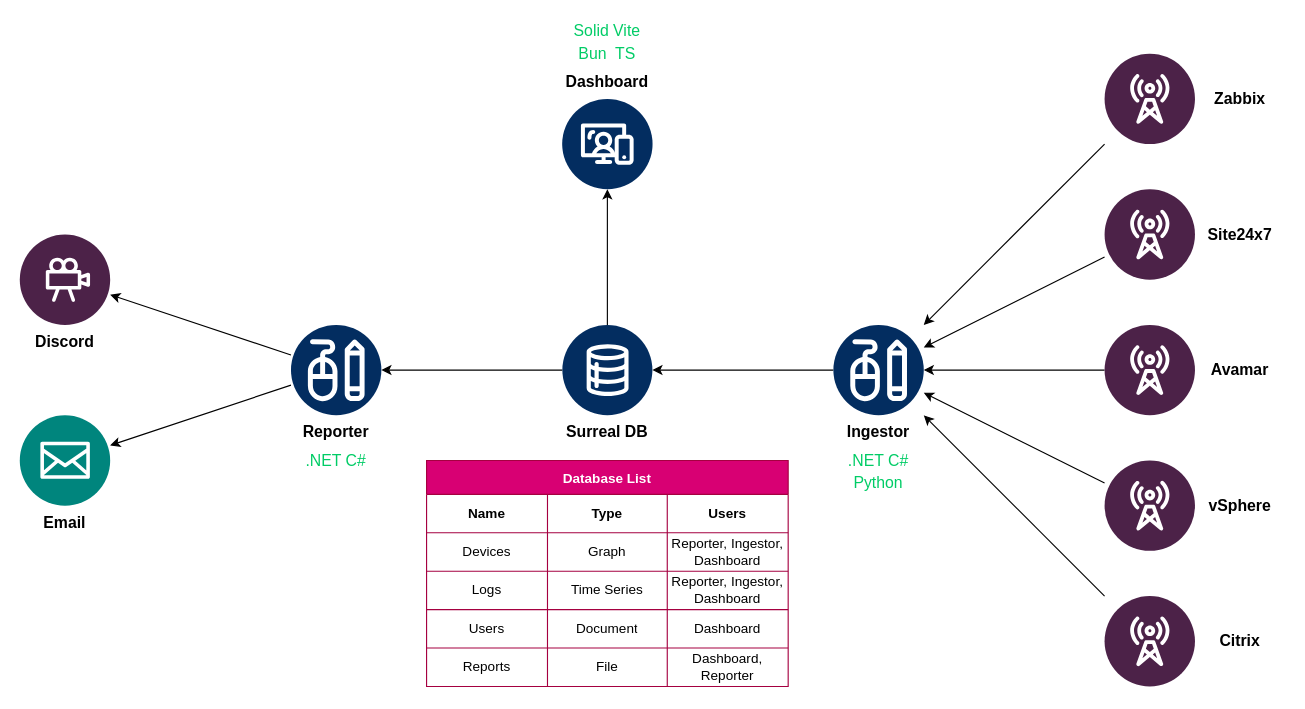
Above: app.drawio in sneera-p/network-monitor (draw.io), before the change. Source tidied: cells renumbered, new cells numbered last; positions are measured from the earlier drawing's top-left corner, leaving out a move shared by most shapes. Both pictures are drawn from the tidied source at 113%, with x=0, y=0 at pixel (19, 19).
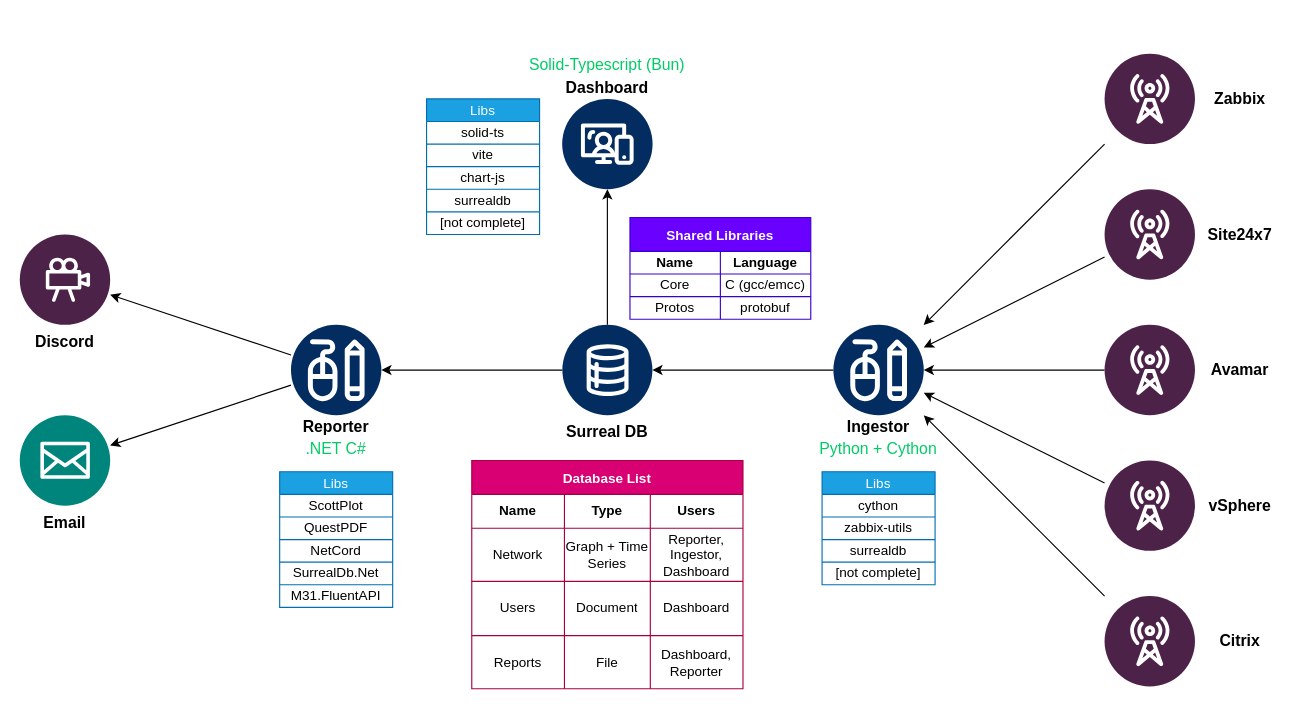
Above is the later version.

The edit, as a diff of the source:
```diff
@@
     <mxCell id="24" value="&lt;font style=&quot;font-size: 14px;&quot;&gt;&lt;b&gt;Ingestor&lt;/b&gt;&lt;/font&gt;" style="text;html=1;align=center;verticalAlign=middle;whiteSpace=wrap;rounded=0;" parent="1" vertex="1">
-      <mxGeometry x="720" y="350" width="80" height="30" as="geometry" />
+      <mxGeometry x="720" y="350" width="80" height="20" as="geometry" />
     </mxCell>
@@
     <mxCell id="27" value="&lt;font style=&quot;font-size: 14px;&quot;&gt;&lt;b&gt;Reporter&lt;/b&gt;&lt;/font&gt;" style="text;html=1;align=center;verticalAlign=middle;whiteSpace=wrap;rounded=0;" parent="1" vertex="1">
-      <mxGeometry x="240" y="350" width="80" height="30" as="geometry" />
+      <mxGeometry x="240" y="350" width="80" height="20" as="geometry" />
     </mxCell>
@@
     <mxCell id="29" value="&lt;span style=&quot;font-size: 14px;&quot;&gt;&lt;b&gt;Dashboard&lt;/b&gt;&lt;/span&gt;" style="text;html=1;align=center;verticalAlign=middle;whiteSpace=wrap;rounded=0;" parent="1" vertex="1">
-      <mxGeometry x="480" y="40" width="80" height="30" as="geometry" />
+      <mxGeometry x="480" y="50" width="80" height="20" as="geometry" />
     </mxCell>
@@
     <mxCell id="34" value="&lt;font style=&quot;font-size: 14px; color: rgb(0, 204, 102);&quot;&gt;.NET C#&lt;/font&gt;" style="text;html=1;align=center;verticalAlign=middle;whiteSpace=wrap;rounded=0;fontColor=#00CC66;" parent="1" vertex="1">
-      <mxGeometry x="240" y="380" width="80" height="20" as="geometry" />
+      <mxGeometry x="240" y="370" width="80" height="20" as="geometry" />
     </mxCell>
-    <mxCell id="35" value="&lt;font style=&quot;font-size: 14px; color: rgb(0, 204, 102);&quot;&gt;.NET C#&lt;/font&gt;" style="text;html=1;align=center;verticalAlign=middle;whiteSpace=wrap;rounded=0;fontColor=#00CC66;" parent="1" vertex="1">
-      <mxGeometry x="720" y="380" width="80" height="20" as="geometry" />
+    <mxCell id="35" value="&lt;font style=&quot;font-size: 14px; color: rgb(0, 204, 102);&quot;&gt;Python + Cython&lt;/font&gt;" style="text;html=1;align=center;verticalAlign=middle;whiteSpace=wrap;rounded=0;fontColor=#00CC66;" parent="1" vertex="1">
+      <mxGeometry x="680" y="370" width="160" height="20" as="geometry" />
     </mxCell>
-    <mxCell id="36" value="&lt;font style=&quot;font-size: 14px; color: rgb(0, 204, 102);&quot;&gt;Python&lt;/font&gt;" style="text;html=1;align=center;verticalAlign=middle;whiteSpace=wrap;rounded=0;fontColor=#00CC66;" parent="1" vertex="1">
-      <mxGeometry x="720" y="400" width="80" height="20" as="geometry" />
-    </mxCell>
-    <mxCell id="37" value="&lt;font style=&quot;font-size: 14px; color: rgb(0, 204, 102);&quot;&gt;Bun&amp;nbsp; TS&lt;/font&gt;" style="text;html=1;align=center;verticalAlign=middle;whiteSpace=wrap;rounded=0;fontColor=#00CC66;" parent="1" vertex="1">
-      <mxGeometry x="480" y="20" width="80" height="20" as="geometry" />
+    <mxCell id="37" value="&lt;font style=&quot;font-size: 14px; color: rgb(0, 204, 102);&quot;&gt;Solid-Typescript (Bun)&lt;/font&gt;" style="text;html=1;align=center;verticalAlign=middle;whiteSpace=wrap;rounded=0;fontColor=#00CC66;" parent="1" vertex="1">
+      <mxGeometry x="440" y="30" width="160" height="20" as="geometry" />
     </mxCell>
-    <mxCell id="38" value="&lt;font style=&quot;font-size: 14px; color: rgb(0, 204, 102);&quot;&gt;Solid Vite&lt;/font&gt;" style="text;html=1;align=center;verticalAlign=middle;whiteSpace=wrap;rounded=0;fontColor=#00CC66;" parent="1" vertex="1">
-      <mxGeometry x="480" width="80" height="20" as="geometry" />
-    </mxCell>
     <mxCell id="39" value="Database List" style="shape=table;startSize=30;childLayout=tableLayout;fillColor=#d80073;strokeColor=#A50040;fontStyle=1;fontColor=#ffffff;" parent="1" vertex="1">
-      <mxGeometry x="360" y="390" width="320" height="200" as="geometry" />
+      <mxGeometry x="400" y="390" width="240" height="202" as="geometry" />
     </mxCell>
     <mxCell id="40" style="shape=tableRow;horizontal=0;startSize=0;swimlaneHead=0;swimlaneBody=0;strokeColor=inherit;top=0;left=0;bottom=0;right=0;fillColor=none;" parent="39" vertex="1">
-      <mxGeometry y="30" width="320" height="34" as="geometry" />
+      <mxGeometry y="30" width="240" height="30" as="geometry" />
     </mxCell>
     <mxCell id="41" value="&lt;b&gt;Name&lt;/b&gt;" style="shape=partialRectangle;html=1;whiteSpace=wrap;strokeColor=inherit;overflow=hidden;fillColor=none;top=0;left=0;bottom=0;right=0;" parent="40" vertex="1">
-      <mxGeometry width="107" height="34" as="geometry" />
+      <mxGeometry width="82" height="30" as="geometry" />
     </mxCell>
     <mxCell id="42" value="&lt;b&gt;Type&lt;/b&gt;" style="shape=partialRectangle;html=1;whiteSpace=wrap;strokeColor=inherit;overflow=hidden;fillColor=none;top=0;left=0;bottom=0;right=0;" parent="40" vertex="1">
-      <mxGeometry x="107" width="106" height="34" as="geometry" />
+      <mxGeometry x="82" width="76" height="30" as="geometry" />
     </mxCell>
     <mxCell id="43" value="&lt;b&gt;Users&lt;/b&gt;" style="shape=partialRectangle;html=1;whiteSpace=wrap;strokeColor=inherit;overflow=hidden;fillColor=none;top=0;left=0;bottom=0;right=0;" parent="40" vertex="1">
-      <mxGeometry x="213" width="107" height="34" as="geometry" />
+      <mxGeometry x="158" width="82" height="30" as="geometry" />
     </mxCell>
     <mxCell id="44" style="shape=tableRow;horizontal=0;startSize=0;swimlaneHead=0;swimlaneBody=0;strokeColor=inherit;top=0;left=0;bottom=0;right=0;fillColor=none;" parent="39" vertex="1">
-      <mxGeometry y="64" width="320" height="34" as="geometry" />
+      <mxGeometry y="60" width="240" height="47" as="geometry" />
     </mxCell>
-    <mxCell id="45" value="Devices" style="shape=partialRectangle;html=1;whiteSpace=wrap;strokeColor=inherit;overflow=hidden;fillColor=none;top=0;left=0;bottom=0;right=0;" parent="44" vertex="1">
-      <mxGeometry width="107" height="34" as="geometry" />
+    <mxCell id="45" value="Network" style="shape=partialRectangle;html=1;whiteSpace=wrap;strokeColor=inherit;overflow=hidden;fillColor=none;top=0;left=0;bottom=0;right=0;" parent="44" vertex="1">
+      <mxGeometry width="82" height="47" as="geometry" />
     </mxCell>
-    <mxCell id="46" value="Graph" style="shape=partialRectangle;html=1;whiteSpace=wrap;strokeColor=inherit;overflow=hidden;fillColor=none;top=0;left=0;bottom=0;right=0;" parent="44" vertex="1">
-      <mxGeometry x="107" width="106" height="34" as="geometry" />
+    <mxCell id="46" value="Graph + Time Series" style="shape=partialRectangle;html=1;whiteSpace=wrap;strokeColor=inherit;overflow=hidden;fillColor=none;top=0;left=0;bottom=0;right=0;" parent="44" vertex="1">
+      <mxGeometry x="82" width="76" height="47" as="geometry" />
     </mxCell>
     <mxCell id="47" value="Reporter, Ingestor, Dashboard" style="shape=partialRectangle;html=1;whiteSpace=wrap;strokeColor=inherit;overflow=hidden;fillColor=none;top=0;left=0;bottom=0;right=0;" parent="44" vertex="1">
-      <mxGeometry x="213" width="107" height="34" as="geometry" />
+      <mxGeometry x="158" width="82" height="47" as="geometry" />
     </mxCell>
-    <mxCell id="48" style="shape=tableRow;horizontal=0;startSize=0;swimlaneHead=0;swimlaneBody=0;strokeColor=inherit;top=0;left=0;bottom=0;right=0;fillColor=none;" parent="39" vertex="1">
-      <mxGeometry y="98" width="320" height="34" as="geometry" />
-    </mxCell>
-    <mxCell id="49" value="Logs" style="shape=partialRectangle;html=1;whiteSpace=wrap;strokeColor=inherit;overflow=hidden;fillColor=none;top=0;left=0;bottom=0;right=0;" parent="48" vertex="1">
-      <mxGeometry width="107" height="34" as="geometry" />
-    </mxCell>
-    <mxCell id="50" value="Time Series" style="shape=partialRectangle;html=1;whiteSpace=wrap;strokeColor=inherit;overflow=hidden;fillColor=none;top=0;left=0;bottom=0;right=0;" parent="48" vertex="1">
-      <mxGeometry x="107" width="106" height="34" as="geometry" />
-    </mxCell>
-    <mxCell id="51" value="&lt;span style=&quot;color: rgb(0, 0, 0);&quot;&gt;Reporter, Ingestor, Dashboard&lt;/span&gt;" style="shape=partialRectangle;html=1;whiteSpace=wrap;strokeColor=inherit;overflow=hidden;fillColor=none;top=0;left=0;bottom=0;right=0;" parent="48" vertex="1">
-      <mxGeometry x="213" width="107" height="34" as="geometry" />
-    </mxCell>
     <mxCell id="52" style="shape=tableRow;horizontal=0;startSize=0;swimlaneHead=0;swimlaneBody=0;strokeColor=inherit;top=0;left=0;bottom=0;right=0;fillColor=none;" parent="39" vertex="1">
-      <mxGeometry y="132" width="320" height="34" as="geometry" />
+      <mxGeometry y="107" width="240" height="48" as="geometry" />
     </mxCell>
     <mxCell id="53" value="Users" style="shape=partialRectangle;html=1;whiteSpace=wrap;strokeColor=inherit;overflow=hidden;fillColor=none;top=0;left=0;bottom=0;right=0;" parent="52" vertex="1">
-      <mxGeometry width="107" height="34" as="geometry" />
+      <mxGeometry width="82" height="48" as="geometry" />
     </mxCell>
     <mxCell id="54" value="Document" style="shape=partialRectangle;html=1;whiteSpace=wrap;strokeColor=inherit;overflow=hidden;fillColor=none;top=0;left=0;bottom=0;right=0;" parent="52" vertex="1">
-      <mxGeometry x="107" width="106" height="34" as="geometry" />
+      <mxGeometry x="82" width="76" height="48" as="geometry" />
     </mxCell>
     <mxCell id="55" value="Dashboard" style="shape=partialRectangle;html=1;whiteSpace=wrap;strokeColor=inherit;overflow=hidden;fillColor=none;top=0;left=0;bottom=0;right=0;" parent="52" vertex="1">
-      <mxGeometry x="213" width="107" height="34" as="geometry" />
+      <mxGeometry x="158" width="82" height="48" as="geometry" />
     </mxCell>
     <mxCell id="56" style="shape=tableRow;horizontal=0;startSize=0;swimlaneHead=0;swimlaneBody=0;strokeColor=inherit;top=0;left=0;bottom=0;right=0;fillColor=none;" parent="39" vertex="1">
-      <mxGeometry y="166" width="320" height="34" as="geometry" />
+      <mxGeometry y="155" width="240" height="47" as="geometry" />
     </mxCell>
     <mxCell id="57" value="Reports" style="shape=partialRectangle;html=1;whiteSpace=wrap;strokeColor=inherit;overflow=hidden;fillColor=none;top=0;left=0;bottom=0;right=0;" parent="56" vertex="1">
-      <mxGeometry width="107" height="34" as="geometry" />
+      <mxGeometry width="82" height="47" as="geometry" />
     </mxCell>
     <mxCell id="58" value="File" style="shape=partialRectangle;html=1;whiteSpace=wrap;strokeColor=inherit;overflow=hidden;fillColor=none;top=0;left=0;bottom=0;right=0;" parent="56" vertex="1">
-      <mxGeometry x="107" width="106" height="34" as="geometry" />
+      <mxGeometry x="82" width="76" height="47" as="geometry" />
     </mxCell>
     <mxCell id="59" value="Dashboard, Reporter" style="shape=partialRectangle;html=1;whiteSpace=wrap;strokeColor=inherit;overflow=hidden;fillColor=none;top=0;left=0;bottom=0;right=0;" parent="56" vertex="1">
-      <mxGeometry x="213" width="107" height="34" as="geometry" />
+      <mxGeometry x="158" width="82" height="47" as="geometry" />
     </mxCell>
+    <mxCell id="60" value="Shared Libraries" style="shape=table;startSize=30;childLayout=tableLayout;fillColor=#6a00ff;fontColor=#ffffff;strokeColor=#3700CC;fontStyle=1;" parent="1" vertex="1">
+      <mxGeometry x="540" y="175" width="160" height="90" as="geometry" />
+    </mxCell>
+    <mxCell id="61" style="shape=tableRow;horizontal=0;startSize=0;swimlaneHead=0;swimlaneBody=0;strokeColor=inherit;top=0;left=0;bottom=0;right=0;fillColor=none;" parent="60" vertex="1">
+      <mxGeometry y="30" width="160" height="20" as="geometry" />
+    </mxCell>
+    <mxCell id="62" value="&lt;b&gt;Name&lt;/b&gt;" style="shape=partialRectangle;html=1;whiteSpace=wrap;strokeColor=inherit;overflow=hidden;fillColor=none;top=0;left=0;bottom=0;right=0;" parent="61" vertex="1">
+      <mxGeometry width="80" height="20" as="geometry" />
+    </mxCell>
+    <mxCell id="63" value="&lt;b&gt;Language&lt;/b&gt;" style="shape=partialRectangle;html=1;whiteSpace=wrap;strokeColor=inherit;overflow=hidden;fillColor=none;top=0;left=0;bottom=0;right=0;" parent="61" vertex="1">
+      <mxGeometry x="80" width="80" height="20" as="geometry" />
+    </mxCell>
+    <mxCell id="64" style="shape=tableRow;horizontal=0;startSize=0;swimlaneHead=0;swimlaneBody=0;strokeColor=inherit;top=0;left=0;bottom=0;right=0;fillColor=none;" parent="60" vertex="1">
+      <mxGeometry y="50" width="160" height="20" as="geometry" />
+    </mxCell>
+    <mxCell id="65" value="Core" style="shape=partialRectangle;html=1;whiteSpace=wrap;strokeColor=inherit;overflow=hidden;fillColor=none;top=0;left=0;bottom=0;right=0;" parent="64" vertex="1">
+      <mxGeometry width="80" height="20" as="geometry" />
+    </mxCell>
+    <mxCell id="66" value="C (gcc/emcc)" style="shape=partialRectangle;html=1;whiteSpace=wrap;strokeColor=inherit;overflow=hidden;fillColor=none;top=0;left=0;bottom=0;right=0;" parent="64" vertex="1">
+      <mxGeometry x="80" width="80" height="20" as="geometry" />
+    </mxCell>
+    <mxCell id="67" style="shape=tableRow;horizontal=0;startSize=0;swimlaneHead=0;swimlaneBody=0;strokeColor=inherit;top=0;left=0;bottom=0;right=0;fillColor=none;" parent="60" vertex="1">
+      <mxGeometry y="70" width="160" height="20" as="geometry" />
+    </mxCell>
+    <mxCell id="68" value="Protos" style="shape=partialRectangle;html=1;whiteSpace=wrap;strokeColor=inherit;overflow=hidden;fillColor=none;top=0;left=0;bottom=0;right=0;" parent="67" vertex="1">
+      <mxGeometry width="80" height="20" as="geometry" />
+    </mxCell>
+    <mxCell id="69" value="protobuf" style="shape=partialRectangle;html=1;whiteSpace=wrap;strokeColor=inherit;overflow=hidden;fillColor=none;top=0;left=0;bottom=0;right=0;" parent="67" vertex="1">
+      <mxGeometry x="80" width="80" height="20" as="geometry" />
+    </mxCell>
+    <mxCell id="70" value="Libs" style="shape=table;startSize=20;childLayout=tableLayout;fillColor=#1ba1e2;fontColor=#ffffff;strokeColor=#006EAF;" parent="1" vertex="1">
+      <mxGeometry x="230" y="400" width="100" height="120" as="geometry" />
+    </mxCell>
+    <mxCell id="71" style="shape=tableRow;horizontal=0;startSize=0;swimlaneHead=0;swimlaneBody=0;strokeColor=inherit;top=0;left=0;bottom=0;right=0;fillColor=none;" parent="70" vertex="1">
+      <mxGeometry y="20" width="100" height="20" as="geometry" />
+    </mxCell>
+    <mxCell id="72" value="ScottPlot" style="shape=partialRectangle;html=1;whiteSpace=wrap;strokeColor=inherit;overflow=hidden;fillColor=none;top=0;left=0;bottom=0;right=0;" parent="71" vertex="1">
+      <mxGeometry width="100" height="20" as="geometry" />
+    </mxCell>
+    <mxCell id="73" style="shape=tableRow;horizontal=0;startSize=0;swimlaneHead=0;swimlaneBody=0;strokeColor=inherit;top=0;left=0;bottom=0;right=0;fillColor=none;" parent="70" vertex="1">
+      <mxGeometry y="40" width="100" height="20" as="geometry" />
+    </mxCell>
+    <mxCell id="74" value="QuestPDF" style="shape=partialRectangle;html=1;whiteSpace=wrap;strokeColor=inherit;overflow=hidden;fillColor=none;top=0;left=0;bottom=0;right=0;" parent="73" vertex="1">
+      <mxGeometry width="100" height="20" as="geometry" />
+    </mxCell>
+    <mxCell id="75" style="shape=tableRow;horizontal=0;startSize=0;swimlaneHead=0;swimlaneBody=0;strokeColor=inherit;top=0;left=0;bottom=0;right=0;fillColor=none;" parent="70" vertex="1">
+      <mxGeometry y="60" width="100" height="20" as="geometry" />
+    </mxCell>
+    <mxCell id="76" value="NetCord" style="shape=partialRectangle;html=1;whiteSpace=wrap;strokeColor=inherit;overflow=hidden;fillColor=none;top=0;left=0;bottom=0;right=0;" parent="75" vertex="1">
+      <mxGeometry width="100" height="20" as="geometry" />
+    </mxCell>
+    <mxCell id="77" style="shape=tableRow;horizontal=0;startSize=0;swimlaneHead=0;swimlaneBody=0;strokeColor=inherit;top=0;left=0;bottom=0;right=0;fillColor=none;" parent="70" vertex="1">
+      <mxGeometry y="80" width="100" height="20" as="geometry" />
+    </mxCell>
+    <mxCell id="78" value="SurrealDb.Net" style="shape=partialRectangle;html=1;whiteSpace=wrap;strokeColor=inherit;overflow=hidden;fillColor=none;top=0;left=0;bottom=0;right=0;" parent="77" vertex="1">
+      <mxGeometry width="100" height="20" as="geometry" />
+    </mxCell>
+    <mxCell id="79" style="shape=tableRow;horizontal=0;startSize=0;swimlaneHead=0;swimlaneBody=0;strokeColor=inherit;top=0;left=0;bottom=0;right=0;fillColor=none;" parent="70" vertex="1">
+      <mxGeometry y="100" width="100" height="20" as="geometry" />
+    </mxCell>
+    <mxCell id="80" value="M31.FluentAPI" style="shape=partialRectangle;html=1;whiteSpace=wrap;strokeColor=inherit;overflow=hidden;fillColor=none;top=0;left=0;bottom=0;right=0;" parent="79" vertex="1">
+      <mxGeometry width="100" height="20" as="geometry" />
+    </mxCell>
+    <mxCell id="81" value="Libs" style="shape=table;startSize=20;childLayout=tableLayout;fillColor=#1ba1e2;fontColor=#ffffff;strokeColor=#006EAF;" parent="1" vertex="1">
+      <mxGeometry x="360" y="70" width="100" height="120" as="geometry" />
+    </mxCell>
+    <mxCell id="82" style="shape=tableRow;horizontal=0;startSize=0;swimlaneHead=0;swimlaneBody=0;strokeColor=inherit;top=0;left=0;bottom=0;right=0;fillColor=none;" parent="81" vertex="1">
+      <mxGeometry y="20" width="100" height="20" as="geometry" />
+    </mxCell>
+    <mxCell id="83" value="solid-ts" style="shape=partialRectangle;html=1;whiteSpace=wrap;strokeColor=inherit;overflow=hidden;fillColor=none;top=0;left=0;bottom=0;right=0;" parent="82" vertex="1">
+      <mxGeometry width="100" height="20" as="geometry" />
+    </mxCell>
+    <mxCell id="84" style="shape=tableRow;horizontal=0;startSize=0;swimlaneHead=0;swimlaneBody=0;strokeColor=inherit;top=0;left=0;bottom=0;right=0;fillColor=none;" parent="81" vertex="1">
+      <mxGeometry y="40" width="100" height="20" as="geometry" />
+    </mxCell>
+    <mxCell id="85" value="vite" style="shape=partialRectangle;html=1;whiteSpace=wrap;strokeColor=inherit;overflow=hidden;fillColor=none;top=0;left=0;bottom=0;right=0;" parent="84" vertex="1">
+      <mxGeometry width="100" height="20" as="geometry" />
+    </mxCell>
+    <mxCell id="86" style="shape=tableRow;horizontal=0;startSize=0;swimlaneHead=0;swimlaneBody=0;strokeColor=inherit;top=0;left=0;bottom=0;right=0;fillColor=none;" parent="81" vertex="1">
+      <mxGeometry y="60" width="100" height="20" as="geometry" />
+    </mxCell>
+    <mxCell id="87" value="chart-js" style="shape=partialRectangle;html=1;whiteSpace=wrap;strokeColor=inherit;overflow=hidden;fillColor=none;top=0;left=0;bottom=0;right=0;" parent="86" vertex="1">
+      <mxGeometry width="100" height="20" as="geometry" />
+    </mxCell>
+    <mxCell id="88" style="shape=tableRow;horizontal=0;startSize=0;swimlaneHead=0;swimlaneBody=0;strokeColor=inherit;top=0;left=0;bottom=0;right=0;fillColor=none;" parent="81" vertex="1">
+      <mxGeometry y="80" width="100" height="20" as="geometry" />
+    </mxCell>
+    <mxCell id="89" value="surrealdb" style="shape=partialRectangle;html=1;whiteSpace=wrap;strokeColor=inherit;overflow=hidden;fillColor=none;top=0;left=0;bottom=0;right=0;" parent="88" vertex="1">
+      <mxGeometry width="100" height="20" as="geometry" />
+    </mxCell>
+    <mxCell id="90" style="shape=tableRow;horizontal=0;startSize=0;swimlaneHead=0;swimlaneBody=0;strokeColor=inherit;top=0;left=0;bottom=0;right=0;fillColor=none;" parent="81" vertex="1">
+      <mxGeometry y="100" width="100" height="20" as="geometry" />
+    </mxCell>
+    <mxCell id="91" value="&lt;span style=&quot;color: rgb(0, 0, 0);&quot;&gt;[not complete]&lt;/span&gt;" style="shape=partialRectangle;html=1;whiteSpace=wrap;strokeColor=inherit;overflow=hidden;fillColor=none;top=0;left=0;bottom=0;right=0;" parent="90" vertex="1">
+      <mxGeometry width="100" height="20" as="geometry" />
+    </mxCell>
+    <mxCell id="92" value="Libs" style="shape=table;startSize=20;childLayout=tableLayout;fillColor=#1ba1e2;fontColor=#ffffff;strokeColor=#006EAF;" parent="1" vertex="1">
+      <mxGeometry x="710" y="400" width="100" height="100" as="geometry" />
+    </mxCell>
+    <mxCell id="93" style="shape=tableRow;horizontal=0;startSize=0;swimlaneHead=0;swimlaneBody=0;strokeColor=inherit;top=0;left=0;bottom=0;right=0;fillColor=none;" parent="92" vertex="1">
+      <mxGeometry y="20" width="100" height="20" as="geometry" />
+    </mxCell>
+    <mxCell id="94" value="cython" style="shape=partialRectangle;html=1;whiteSpace=wrap;strokeColor=inherit;overflow=hidden;fillColor=none;top=0;left=0;bottom=0;right=0;" parent="93" vertex="1">
+      <mxGeometry width="100" height="20" as="geometry" />
+    </mxCell>
+    <mxCell id="95" style="shape=tableRow;horizontal=0;startSize=0;swimlaneHead=0;swimlaneBody=0;strokeColor=inherit;top=0;left=0;bottom=0;right=0;fillColor=none;" parent="92" vertex="1">
+      <mxGeometry y="40" width="100" height="20" as="geometry" />
+    </mxCell>
+    <mxCell id="96" value="zabbix-utils" style="shape=partialRectangle;html=1;whiteSpace=wrap;strokeColor=inherit;overflow=hidden;fillColor=none;top=0;left=0;bottom=0;right=0;" parent="95" vertex="1">
+      <mxGeometry width="100" height="20" as="geometry" />
+    </mxCell>
+    <mxCell id="97" style="shape=tableRow;horizontal=0;startSize=0;swimlaneHead=0;swimlaneBody=0;strokeColor=inherit;top=0;left=0;bottom=0;right=0;fillColor=none;" parent="92" vertex="1">
+      <mxGeometry y="60" width="100" height="20" as="geometry" />
+    </mxCell>
+    <mxCell id="98" value="surrealdb" style="shape=partialRectangle;html=1;whiteSpace=wrap;strokeColor=inherit;overflow=hidden;fillColor=none;top=0;left=0;bottom=0;right=0;" parent="97" vertex="1">
+      <mxGeometry width="100" height="20" as="geometry" />
+    </mxCell>
+    <mxCell id="99" style="shape=tableRow;horizontal=0;startSize=0;swimlaneHead=0;swimlaneBody=0;strokeColor=inherit;top=0;left=0;bottom=0;right=0;fillColor=none;" parent="92" vertex="1">
+      <mxGeometry y="80" width="100" height="20" as="geometry" />
+    </mxCell>
+    <mxCell id="100" value="&lt;span style=&quot;color: rgb(0, 0, 0);&quot;&gt;[not complete]&lt;/span&gt;" style="shape=partialRectangle;html=1;whiteSpace=wrap;strokeColor=inherit;overflow=hidden;fillColor=none;top=0;left=0;bottom=0;right=0;" parent="99" vertex="1">
+      <mxGeometry width="100" height="20" as="geometry" />
+    </mxCell>
```
